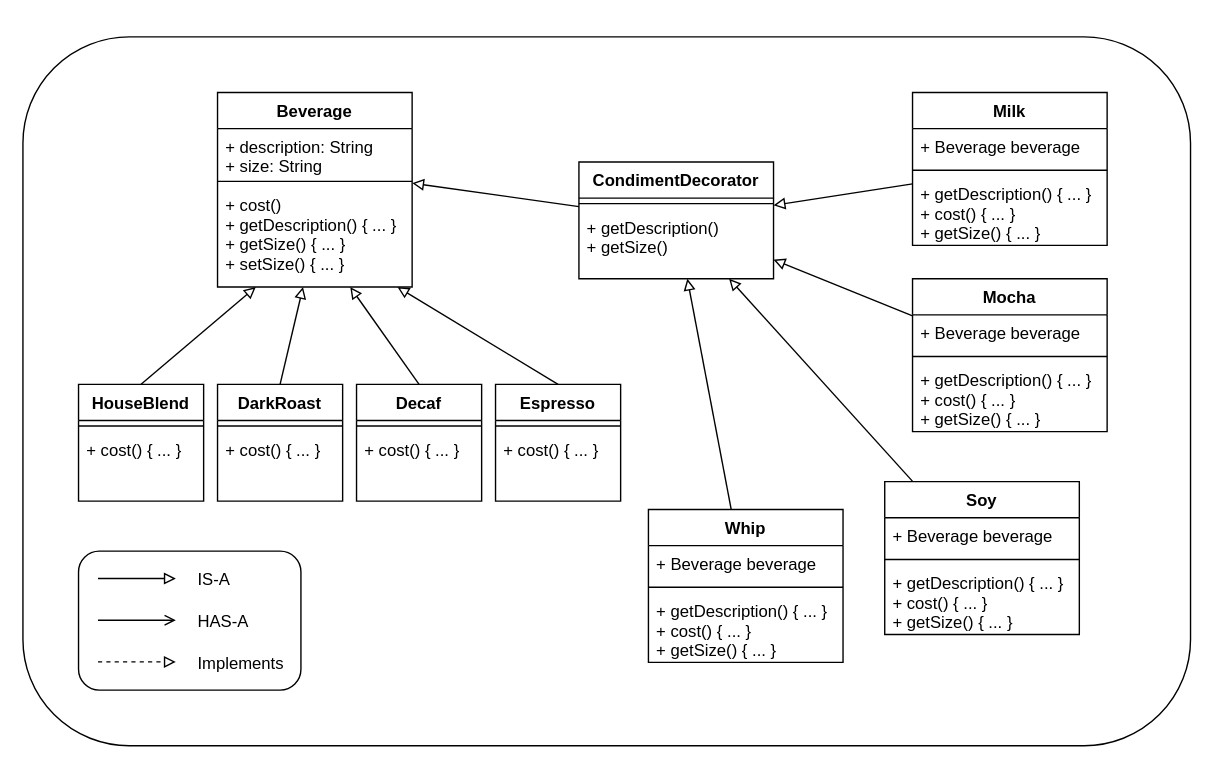
Above: patterns/Decorator.drawio in JoelGRod/Design-Patterns---Java (draw.io), before the change. Source tidied: cells renumbered, new cells numbered last; positions are measured from the earlier drawing's top-left corner, leaving out a move shared by most shapes. Both pictures are drawn from the tidied source at 139%, with x=0, y=0 at pixel (22, 36).
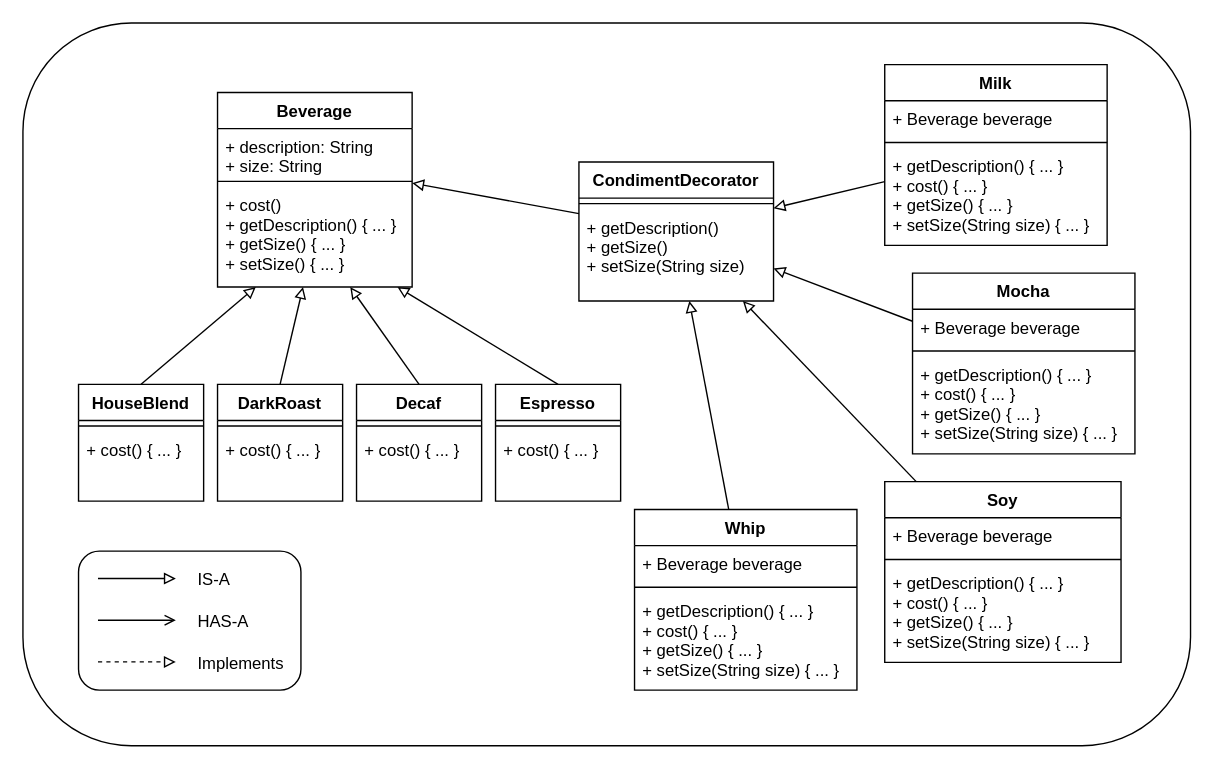
After the change.

Change to the diagram source:
```diff
@@
     <mxCell id="29" value="CondimentDecorator" style="swimlane;fontStyle=1;align=center;verticalAlign=top;horizontal=1;startSize=26;fillColor=none;" parent="1" vertex="1">
-      <mxGeometry x="400" y="90" width="140" height="84" as="geometry" />
+      <mxGeometry x="400" y="90" width="140" height="100" as="geometry" />
     </mxCell>
@@
-    <mxCell id="31" value="+ getDescription()&#10;+ getSize()" style="text;strokeColor=none;fillColor=none;align=left;verticalAlign=top;spacingLeft=4;spacingRight=4;overflow=hidden;" parent="29" vertex="1">
-      <mxGeometry y="34" width="140" height="50" as="geometry" />
+    <mxCell id="31" value="+ getDescription()&#10;+ getSize()&#10;+ setSize(String size)" style="text;strokeColor=none;fillColor=none;align=left;verticalAlign=top;spacingLeft=4;spacingRight=4;overflow=hidden;" parent="29" vertex="1">
+      <mxGeometry y="34" width="140" height="66" as="geometry" />
     </mxCell>
@@
     <mxCell id="37" style="rounded=1;whiteSpace=wrap;html=1;fillColor=none;" parent="1" vertex="1">
-      <mxGeometry width="840" height="510" as="geometry" />
+      <mxGeometry y="-10" width="840" height="520" as="geometry" />
     </mxCell>
     <mxCell id="38" value="Whip" style="swimlane;fontStyle=1;align=center;verticalAlign=top;horizontal=1;startSize=26;fillColor=none;" parent="1" vertex="1">
-      <mxGeometry x="450" y="340" width="140" height="110" as="geometry" />
+      <mxGeometry x="440" y="340" width="160" height="130" as="geometry" />
     </mxCell>
     <mxCell id="39" value="+ Beverage beverage" style="text;strokeColor=none;fillColor=none;align=left;verticalAlign=top;spacingLeft=4;spacingRight=4;overflow=hidden;" parent="38" vertex="1">
-      <mxGeometry y="26" width="140" height="26" as="geometry" />
+      <mxGeometry y="26" width="160" height="26" as="geometry" />
     </mxCell>
     <mxCell id="40" style="line;strokeWidth=1;fillColor=none;align=left;verticalAlign=middle;spacingTop=-1;spacingLeft=3;spacingRight=3;labelPosition=right;" parent="38" vertex="1">
-      <mxGeometry y="52" width="140" height="8" as="geometry" />
+      <mxGeometry y="52" width="160" height="8" as="geometry" />
     </mxCell>
-    <mxCell id="41" value="+ getDescription() { ... }&#10;+ cost() { ... }&#10;+ getSize() { ... }" style="text;strokeColor=none;fillColor=none;align=left;verticalAlign=top;spacingLeft=4;spacingRight=4;overflow=hidden;" parent="38" vertex="1">
-      <mxGeometry y="60" width="140" height="50" as="geometry" />
+    <mxCell id="41" value="+ getDescription() { ... }&#10;+ cost() { ... }&#10;+ getSize() { ... }&#10;+ setSize(String size) { ... }" style="text;strokeColor=none;fillColor=none;align=left;verticalAlign=top;spacingLeft=4;spacingRight=4;overflow=hidden;" parent="38" vertex="1">
+      <mxGeometry y="60" width="160" height="70" as="geometry" />
     </mxCell>
     <mxCell id="42" value="Soy" style="swimlane;fontStyle=1;align=center;verticalAlign=top;horizontal=1;startSize=26;fillColor=none;" parent="1" vertex="1">
-      <mxGeometry x="620" y="320" width="140" height="110" as="geometry" />
+      <mxGeometry x="620" y="320" width="170" height="130" as="geometry" />
     </mxCell>
     <mxCell id="43" value="+ Beverage beverage" style="text;strokeColor=none;fillColor=none;align=left;verticalAlign=top;spacingLeft=4;spacingRight=4;overflow=hidden;" parent="42" vertex="1">
-      <mxGeometry y="26" width="140" height="26" as="geometry" />
+      <mxGeometry y="26" width="170" height="26" as="geometry" />
     </mxCell>
     <mxCell id="44" style="line;strokeWidth=1;fillColor=none;align=left;verticalAlign=middle;spacingTop=-1;spacingLeft=3;spacingRight=3;labelPosition=right;" parent="42" vertex="1">
-      <mxGeometry y="52" width="140" height="8" as="geometry" />
+      <mxGeometry y="52" width="170" height="8" as="geometry" />
     </mxCell>
-    <mxCell id="45" value="+ getDescription() { ... }&#10;+ cost() { ... }&#10;+ getSize() { ... }" style="text;strokeColor=none;fillColor=none;align=left;verticalAlign=top;spacingLeft=4;spacingRight=4;overflow=hidden;" parent="42" vertex="1">
-      <mxGeometry y="60" width="140" height="50" as="geometry" />
+    <mxCell id="45" value="+ getDescription() { ... }&#10;+ cost() { ... }&#10;+ getSize() { ... }&#10;+ setSize(String size) { ... }" style="text;strokeColor=none;fillColor=none;align=left;verticalAlign=top;spacingLeft=4;spacingRight=4;overflow=hidden;" parent="42" vertex="1">
+      <mxGeometry y="60" width="170" height="70" as="geometry" />
     </mxCell>
     <mxCell id="46" value="Mocha" style="swimlane;fontStyle=1;align=center;verticalAlign=top;horizontal=1;startSize=26;fillColor=none;" parent="1" vertex="1">
-      <mxGeometry x="640" y="174" width="140" height="110" as="geometry" />
+      <mxGeometry x="640" y="170" width="160" height="130" as="geometry" />
     </mxCell>
     <mxCell id="47" value="+ Beverage beverage" style="text;strokeColor=none;fillColor=none;align=left;verticalAlign=top;spacingLeft=4;spacingRight=4;overflow=hidden;" parent="46" vertex="1">
-      <mxGeometry y="26" width="140" height="26" as="geometry" />
+      <mxGeometry y="26" width="160" height="26" as="geometry" />
     </mxCell>
     <mxCell id="48" style="line;strokeWidth=1;fillColor=none;align=left;verticalAlign=middle;spacingTop=-1;spacingLeft=3;spacingRight=3;labelPosition=right;" parent="46" vertex="1">
-      <mxGeometry y="52" width="140" height="8" as="geometry" />
+      <mxGeometry y="52" width="160" height="8" as="geometry" />
     </mxCell>
-    <mxCell id="49" value="+ getDescription() { ... }&#10;+ cost() { ... }&#10;+ getSize() { ... }" style="text;strokeColor=none;fillColor=none;align=left;verticalAlign=top;spacingLeft=4;spacingRight=4;overflow=hidden;" parent="46" vertex="1">
-      <mxGeometry y="60" width="140" height="50" as="geometry" />
+    <mxCell id="49" value="+ getDescription() { ... }&#10;+ cost() { ... }&#10;+ getSize() { ... }&#10;+ setSize(String size) { ... }" style="text;strokeColor=none;fillColor=none;align=left;verticalAlign=top;spacingLeft=4;spacingRight=4;overflow=hidden;" parent="46" vertex="1">
+      <mxGeometry y="60" width="160" height="70" as="geometry" />
     </mxCell>
     <mxCell id="50" value="Milk" style="swimlane;fontStyle=1;align=center;verticalAlign=top;horizontal=1;startSize=26;fillColor=none;" parent="1" vertex="1">
-      <mxGeometry x="640" y="40" width="140" height="110" as="geometry" />
+      <mxGeometry x="620" y="20" width="160" height="130" as="geometry" />
     </mxCell>
     <mxCell id="51" value="+ Beverage beverage" style="text;strokeColor=none;fillColor=none;align=left;verticalAlign=top;spacingLeft=4;spacingRight=4;overflow=hidden;" parent="50" vertex="1">
-      <mxGeometry y="26" width="140" height="26" as="geometry" />
+      <mxGeometry y="26" width="160" height="26" as="geometry" />
     </mxCell>
     <mxCell id="52" style="line;strokeWidth=1;fillColor=none;align=left;verticalAlign=middle;spacingTop=-1;spacingLeft=3;spacingRight=3;labelPosition=right;" parent="50" vertex="1">
-      <mxGeometry y="52" width="140" height="8" as="geometry" />
+      <mxGeometry y="52" width="160" height="8" as="geometry" />
     </mxCell>
-    <mxCell id="53" value="+ getDescription() { ... }&#10;+ cost() { ... }&#10;+ getSize() { ... }" style="text;strokeColor=none;fillColor=none;align=left;verticalAlign=top;spacingLeft=4;spacingRight=4;overflow=hidden;" parent="50" vertex="1">
-      <mxGeometry y="60" width="140" height="50" as="geometry" />
+    <mxCell id="53" value="+ getDescription() { ... }&#10;+ cost() { ... }&#10;+ getSize() { ... }&#10;+ setSize(String size) { ... }" style="text;strokeColor=none;fillColor=none;align=left;verticalAlign=top;spacingLeft=4;spacingRight=4;overflow=hidden;" parent="50" vertex="1">
+      <mxGeometry y="60" width="160" height="70" as="geometry" />
     </mxCell>
```
